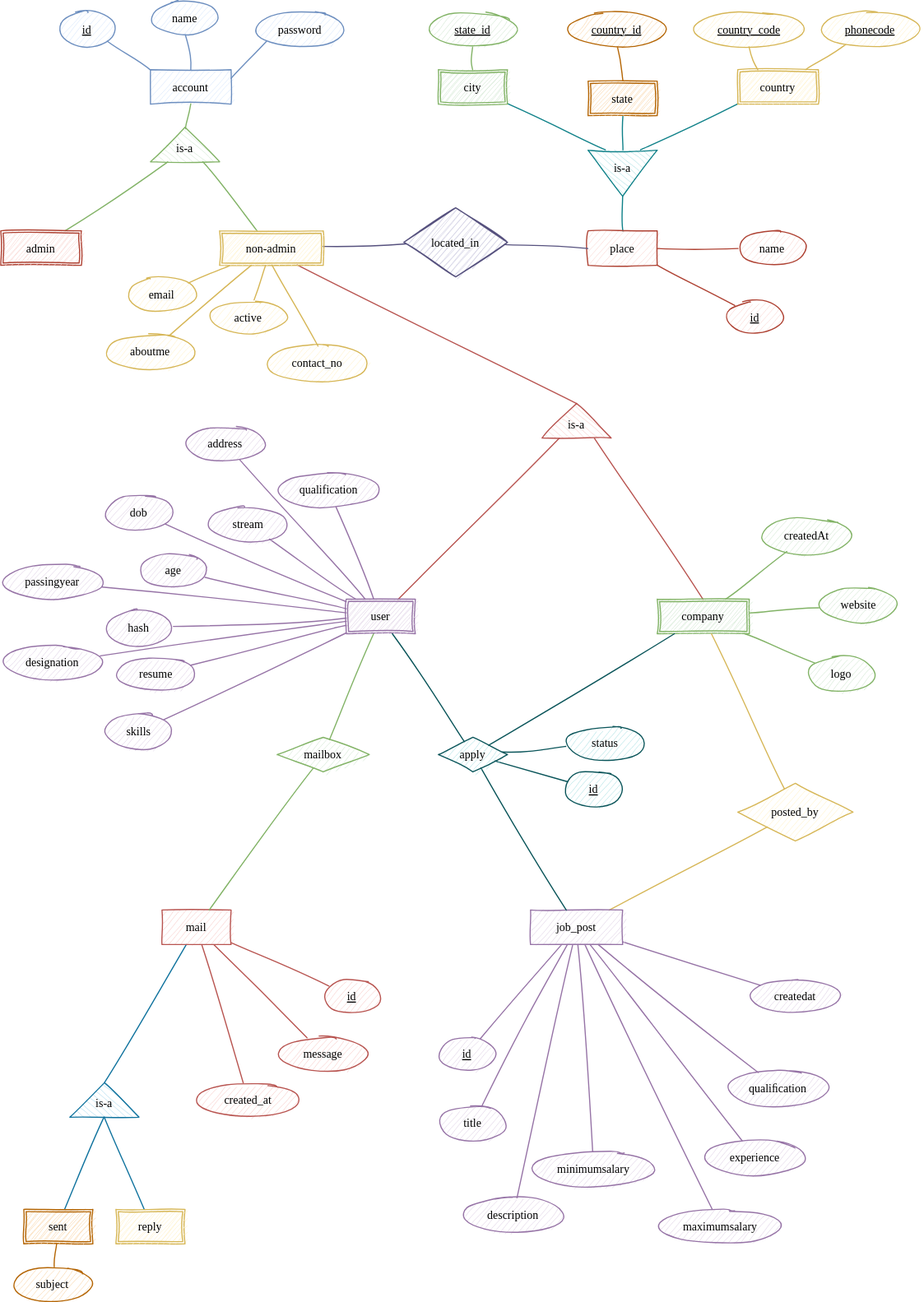
Above: assets/er.svg in AhmedThahir/DBMS (draw.io), before the change. Source tidied: cells renumbered, new cells last; positions are measured from the earlier drawing's top-left corner, leaving out a move shared by most shapes.
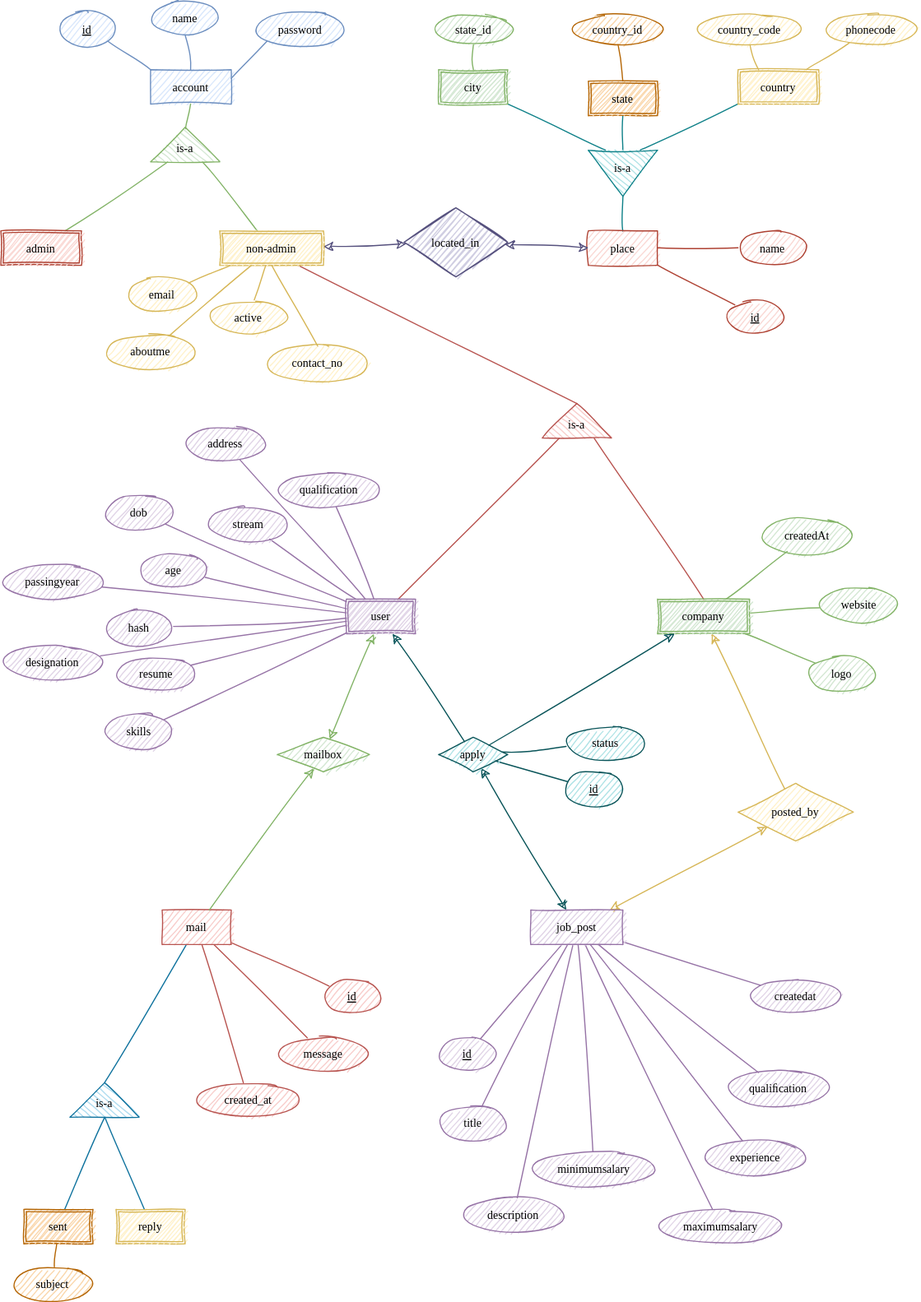
After the commit.

Change to the diagram source:
```diff
@@ -1,4 +1,4 @@
-<mxGraphModel>
+<mxGraphModel background="#ffffff">
   <root>
     <mxCell id="0" />
     <mxCell id="1" parent="0" />
@@ -8,7 +8,7 @@
     <mxCell id="3" style="jettySize=auto;html=1;exitX=1;exitY=0.25;exitDx=0;exitDy=0;fontFamily=CMU Serif;fontSize=10;endArrow=none;endFill=0;shadow=0;strokeWidth=1;disableMultiStroke=1;disableMultiStrokeFill=1;backgroundOutline=0;snapToPoint=1;startArrow=none;startFill=0;spacing=5;rounded=0;spacingLeft=10;spacingRight=10;fillColor=#dae8fc;strokeColor=#6c8ebf;labelBackgroundColor=none;sketch=1;" parent="1" edge="1" source="5" target="28">
       <mxGeometry relative="1" as="geometry" />
     </mxCell>
-    <mxCell id="4" style="shape=connector;disableMultiStroke=1;disableMultiStrokeFill=1;jettySize=auto;html=1;shadow=0;fontFamily=CMU Serif;fontSize=10;startArrow=none;startFill=0;endArrow=none;endFill=0;strokeWidth=1;spacing=5;rounded=0;spacingLeft=10;spacingRight=10;fillColor=#d0cee2;strokeColor=#56517e;labelBackgroundColor=none;sketch=1;" parent="1" edge="1" source="69" target="57">
+    <mxCell id="4" style="shape=connector;disableMultiStroke=1;disableMultiStrokeFill=1;jettySize=auto;html=1;shadow=0;fontFamily=CMU Serif;fontSize=10;startArrow=classic;startFill=1;endArrow=classic;endFill=1;strokeWidth=1;spacing=5;rounded=0;spacingLeft=10;spacingRight=10;fillColor=#d0cee2;strokeColor=#56517e;labelBackgroundColor=none;sketch=1;" parent="1" edge="1" source="69" target="57">
       <mxGeometry relative="1" as="geometry" />
     </mxCell>
     <mxCell id="5" value="account" style="whiteSpace=wrap;html=1;fontFamily=CMU Serif;fontSize=10;shadow=0;strokeWidth=1;disableMultiStroke=1;disableMultiStrokeFill=1;backgroundOutline=0;snapToPoint=1;rounded=0;spacing=5;enumerate=0;spacingLeft=10;spacingRight=10;fillColor=#dae8fc;strokeColor=#6c8ebf;labelBackgroundColor=none;sketch=1;" parent="1" vertex="1">
@@ -68,10 +68,10 @@
     <mxCell id="23" style="shape=connector;disableMultiStroke=1;disableMultiStrokeFill=1;jettySize=auto;html=1;shadow=0;fontFamily=CMU Serif;fontSize=10;startArrow=none;startFill=0;endArrow=none;endFill=0;strokeWidth=1;spacing=5;rounded=0;spacingLeft=10;spacingRight=10;fillColor=#e1d5e7;strokeColor=#9673a6;labelBackgroundColor=none;sketch=1;" parent="1" edge="1" source="26" target="60">
       <mxGeometry relative="1" as="geometry" />
     </mxCell>
-    <mxCell id="24" style="shape=connector;rounded=0;disableMultiStroke=1;disableMultiStrokeFill=1;jettySize=auto;html=1;shadow=0;labelBackgroundColor=none;fontFamily=CMU Serif;fontSize=10;fontColor=default;startArrow=none;startFill=0;endArrow=none;endFill=0;strokeColor=#095459;strokeWidth=1;spacing=5;spacingLeft=10;spacingRight=10;fillColor=#b0e3e6;sketch=1;" parent="1" edge="1" source="101" target="26">
+    <mxCell id="24" style="shape=connector;rounded=0;disableMultiStroke=1;disableMultiStrokeFill=1;jettySize=auto;html=1;shadow=0;labelBackgroundColor=none;fontFamily=CMU Serif;fontSize=10;fontColor=default;startArrow=none;startFill=0;endArrow=classic;endFill=1;strokeColor=#095459;strokeWidth=1;spacing=5;spacingLeft=10;spacingRight=10;fillColor=#b0e3e6;sketch=1;" parent="1" edge="1" source="101" target="26">
       <mxGeometry relative="1" as="geometry" />
     </mxCell>
-    <mxCell id="25" style="shape=connector;rounded=1;disableMultiStroke=1;disableMultiStrokeFill=1;jettySize=auto;html=1;shadow=0;labelBackgroundColor=none;fontFamily=CMU Serif;fontSize=10;fontColor=default;startArrow=none;startFill=0;endArrow=none;endFill=0;strokeColor=#82b366;strokeWidth=1;spacingLeft=10;spacingRight=10;spacing=5;fillColor=#d5e8d4;sketch=1;" parent="1" edge="1" source="114" target="26">
+    <mxCell id="25" style="shape=connector;rounded=1;disableMultiStroke=1;disableMultiStrokeFill=1;jettySize=auto;html=1;shadow=0;labelBackgroundColor=none;fontFamily=CMU Serif;fontSize=10;fontColor=default;startArrow=classic;startFill=1;endArrow=classic;endFill=1;strokeColor=#82b366;strokeWidth=1;spacingLeft=10;spacingRight=10;spacing=5;fillColor=#d5e8d4;sketch=1;" parent="1" edge="1" source="114" target="26">
       <mxGeometry relative="1" as="geometry" />
     </mxCell>
     <mxCell id="26" value="user" style="shape=ext;double=1;rounded=0;whiteSpace=wrap;html=1;shadow=0;fontFamily=CMU Serif;fontSize=10;align=center;strokeWidth=1;disableMultiStroke=1;disableMultiStrokeFill=1;spacing=5;enumerate=0;spacingLeft=10;spacingRight=10;fillColor=#e1d5e7;strokeColor=#9673a6;labelBackgroundColor=none;sketch=1;" parent="1" vertex="1">
@@ -155,16 +155,16 @@
     <mxCell id="52" value="country" style="shape=ext;double=1;rounded=0;whiteSpace=wrap;html=1;shadow=0;fontFamily=CMU Serif;fontSize=10;align=center;strokeWidth=1;disableMultiStroke=1;disableMultiStrokeFill=1;spacing=5;enumerate=0;spacingLeft=10;spacingRight=10;fillColor=#fff2cc;strokeColor=#d6b656;labelBackgroundColor=none;sketch=1;" parent="1" vertex="1">
       <mxGeometry x="640" y="60" width="70" height="30" as="geometry" />
     </mxCell>
-    <mxCell id="53" value="country_code" style="ellipse;whiteSpace=wrap;html=1;shadow=0;fontFamily=CMU Serif;fontSize=10;align=center;strokeWidth=1;disableMultiStroke=1;disableMultiStrokeFill=1;rounded=0;spacing=5;enumerate=0;spacingLeft=10;spacingRight=10;fillColor=#fff2cc;strokeColor=#d6b656;fontStyle=4;labelBackgroundColor=none;sketch=1;" parent="1" vertex="1">
-      <mxGeometry x="600" y="10" width="100" height="30" as="geometry" />
+    <mxCell id="53" value="country_code" style="ellipse;whiteSpace=wrap;html=1;shadow=0;fontFamily=CMU Serif;fontSize=10;align=center;strokeWidth=1;disableMultiStroke=1;disableMultiStrokeFill=1;rounded=0;spacing=5;enumerate=0;spacingLeft=10;spacingRight=10;fillColor=#fff2cc;strokeColor=#d6b656;fontStyle=0;labelBackgroundColor=none;sketch=1;" parent="1" vertex="1">
+      <mxGeometry x="603" y="12" width="94" height="26" as="geometry" />
     </mxCell>
-    <mxCell id="54" value="country_id" style="ellipse;whiteSpace=wrap;html=1;shadow=0;fontFamily=CMU Serif;fontSize=10;align=center;strokeWidth=1;disableMultiStroke=1;disableMultiStrokeFill=1;rounded=0;spacing=5;enumerate=0;spacingLeft=10;spacingRight=10;fillColor=#fad7ac;strokeColor=#b46504;fontStyle=4;labelBackgroundColor=none;sketch=1;" parent="1" vertex="1">
-      <mxGeometry x="490" y="10" width="90" height="30" as="geometry" />
+    <mxCell id="54" value="country_id" style="ellipse;whiteSpace=wrap;html=1;shadow=0;fontFamily=CMU Serif;fontSize=10;align=center;strokeWidth=1;disableMultiStroke=1;disableMultiStrokeFill=1;rounded=0;spacing=5;enumerate=0;spacingLeft=10;spacingRight=10;fillColor=#fad7ac;strokeColor=#b46504;fontStyle=0;labelBackgroundColor=none;sketch=1;" parent="1" vertex="1">
+      <mxGeometry x="494" y="12" width="83" height="26" as="geometry" />
     </mxCell>
-    <mxCell id="55" value="state_id" style="ellipse;whiteSpace=wrap;html=1;shadow=0;fontFamily=CMU Serif;fontSize=10;align=center;strokeWidth=1;disableMultiStroke=1;disableMultiStrokeFill=1;rounded=0;spacing=5;enumerate=0;spacingLeft=10;spacingRight=10;fillColor=#d5e8d4;strokeColor=#82b366;fontStyle=4;labelBackgroundColor=none;sketch=1;" parent="1" vertex="1">
-      <mxGeometry x="370" y="10" width="80" height="30" as="geometry" />
+    <mxCell id="55" value="state_id" style="ellipse;whiteSpace=wrap;html=1;shadow=0;fontFamily=CMU Serif;fontSize=10;align=center;strokeWidth=1;disableMultiStroke=1;disableMultiStrokeFill=1;rounded=0;spacing=5;enumerate=0;spacingLeft=10;spacingRight=10;fillColor=#d5e8d4;strokeColor=#82b366;fontStyle=0;labelBackgroundColor=none;sketch=1;" parent="1" vertex="1">
+      <mxGeometry x="375" y="12" width="71" height="26" as="geometry" />
     </mxCell>
-    <mxCell id="56" style="shape=connector;disableMultiStroke=1;disableMultiStrokeFill=1;jettySize=auto;html=1;shadow=0;fontFamily=CMU Serif;fontSize=10;startArrow=none;startFill=0;endArrow=none;endFill=0;strokeWidth=1;spacing=5;rounded=0;spacingLeft=10;spacingRight=10;fillColor=#d0cee2;strokeColor=#56517e;labelBackgroundColor=none;sketch=1;" parent="1" edge="1" source="57" target="37">
+    <mxCell id="56" style="shape=connector;disableMultiStroke=1;disableMultiStrokeFill=1;jettySize=auto;html=1;shadow=0;fontFamily=CMU Serif;fontSize=10;startArrow=classic;startFill=1;endArrow=classic;endFill=1;strokeWidth=1;spacing=5;rounded=0;spacingLeft=10;spacingRight=10;fillColor=#d0cee2;strokeColor=#56517e;labelBackgroundColor=none;sketch=1;" parent="1" edge="1" source="57" target="37">
       <mxGeometry relative="1" as="geometry" />
     </mxCell>
     <mxCell id="57" value="located_in" style="rhombus;whiteSpace=wrap;html=1;hachureGap=4;fontFamily=CMU Serif;fontSize=10;strokeWidth=1;spacing=5;enumerate=0;rounded=0;spacingLeft=10;spacingRight=10;fillColor=#d0cee2;strokeColor=#56517e;labelBackgroundColor=none;sketch=1;" parent="1" vertex="1">
@@ -260,7 +260,7 @@
     <mxCell id="87" style="shape=connector;rounded=0;disableMultiStroke=1;disableMultiStrokeFill=1;jettySize=auto;html=1;shadow=0;fontFamily=CMU Serif;fontSize=10;startArrow=none;startFill=0;endArrow=none;endFill=0;strokeWidth=1;spacing=5;spacingLeft=10;spacingRight=10;fillColor=#e1d5e7;strokeColor=#9673a6;labelBackgroundColor=none;sketch=1;" parent="1" edge="1" source="89" target="94">
       <mxGeometry relative="1" as="geometry" />
     </mxCell>
-    <mxCell id="88" style="shape=connector;rounded=0;disableMultiStroke=1;disableMultiStrokeFill=1;jettySize=auto;html=1;shadow=0;labelBackgroundColor=none;fontFamily=CMU Serif;fontSize=10;fontColor=default;startArrow=none;startFill=0;endArrow=none;endFill=0;strokeColor=#d6b656;strokeWidth=1;spacing=5;spacingLeft=10;spacingRight=10;fillColor=#fff2cc;sketch=1;" parent="1" edge="1" source="103" target="89">
+    <mxCell id="88" style="shape=connector;rounded=0;disableMultiStroke=1;disableMultiStrokeFill=1;jettySize=auto;html=1;shadow=0;labelBackgroundColor=none;fontFamily=CMU Serif;fontSize=10;fontColor=default;startArrow=classic;startFill=1;endArrow=classic;endFill=1;strokeColor=#d6b656;strokeWidth=1;spacing=5;spacingLeft=10;spacingRight=10;fillColor=#fff2cc;sketch=1;" parent="1" edge="1" source="103" target="89">
       <mxGeometry relative="1" as="geometry" />
     </mxCell>
     <mxCell id="89" value="job_post" style="rounded=0;whiteSpace=wrap;html=1;shadow=0;fontFamily=CMU Serif;fontSize=10;align=center;strokeColor=#9673a6;strokeWidth=1;fillColor=#e1d5e7;disableMultiStroke=1;disableMultiStrokeFill=1;spacing=5;spacingLeft=10;spacingRight=10;labelBackgroundColor=none;sketch=1;" parent="1" vertex="1">
@@ -287,10 +287,10 @@
     <mxCell id="96" value="createdat" style="ellipse;whiteSpace=wrap;html=1;rounded=0;shadow=0;disableMultiStroke=1;disableMultiStrokeFill=1;fontFamily=CMU Serif;fontSize=10;strokeWidth=1;spacing=5;enumerate=0;spacingLeft=10;spacingRight=10;fillColor=#e1d5e7;strokeColor=#9673a6;labelBackgroundColor=none;sketch=1;" parent="1" vertex="1">
       <mxGeometry x="650" y="850" width="80" height="30" as="geometry" />
     </mxCell>
-    <mxCell id="97" style="shape=connector;rounded=0;disableMultiStroke=1;disableMultiStrokeFill=1;jettySize=auto;html=1;shadow=0;labelBackgroundColor=none;fontFamily=CMU Serif;fontSize=10;fontColor=default;startArrow=none;startFill=0;endArrow=none;endFill=0;strokeColor=#095459;strokeWidth=1;spacing=5;spacingLeft=10;spacingRight=10;fillColor=#b0e3e6;sketch=1;" parent="1" edge="1" source="101" target="89">
+    <mxCell id="97" style="shape=connector;rounded=0;disableMultiStroke=1;disableMultiStrokeFill=1;jettySize=auto;html=1;shadow=0;labelBackgroundColor=none;fontFamily=CMU Serif;fontSize=10;fontColor=default;startArrow=classic;startFill=1;endArrow=classic;endFill=1;strokeColor=#095459;strokeWidth=1;spacing=5;spacingLeft=10;spacingRight=10;fillColor=#b0e3e6;sketch=1;" parent="1" edge="1" source="101" target="89">
       <mxGeometry relative="1" as="geometry" />
     </mxCell>
-    <mxCell id="98" style="shape=connector;rounded=0;disableMultiStroke=1;disableMultiStrokeFill=1;jettySize=auto;html=1;shadow=0;labelBackgroundColor=none;fontFamily=CMU Serif;fontSize=10;fontColor=default;startArrow=none;startFill=0;endArrow=none;endFill=0;strokeColor=#095459;strokeWidth=1;spacing=5;spacingLeft=10;spacingRight=10;fillColor=#b0e3e6;sketch=1;" parent="1" edge="1" source="101" target="35">
+    <mxCell id="98" style="shape=connector;rounded=0;disableMultiStroke=1;disableMultiStrokeFill=1;jettySize=auto;html=1;shadow=0;labelBackgroundColor=none;fontFamily=CMU Serif;fontSize=10;fontColor=default;startArrow=none;startFill=0;endArrow=classic;endFill=1;strokeColor=#095459;strokeWidth=1;spacing=5;spacingLeft=10;spacingRight=10;fillColor=#b0e3e6;sketch=1;" parent="1" edge="1" source="101" target="35">
       <mxGeometry relative="1" as="geometry" />
     </mxCell>
     <mxCell id="99" style="shape=connector;rounded=0;disableMultiStroke=1;disableMultiStrokeFill=1;jettySize=auto;html=1;shadow=0;labelBackgroundColor=none;fontFamily=CMU Serif;fontSize=10;fontColor=default;startArrow=none;startFill=0;endArrow=none;endFill=0;strokeColor=#095459;strokeWidth=1;spacing=5;spacingLeft=10;spacingRight=10;fillColor=#b0e3e6;sketch=1;" parent="1" edge="1" source="101" target="104">
@@ -302,7 +302,7 @@
     <mxCell id="101" value="apply" style="rhombus;whiteSpace=wrap;html=1;rounded=0;shadow=0;disableMultiStroke=1;disableMultiStrokeFill=1;fontFamily=CMU Serif;fontSize=10;strokeColor=#095459;strokeWidth=1;fillColor=#b0e3e6;spacing=5;spacingLeft=10;spacingRight=10;labelBackgroundColor=none;sketch=1;" parent="1" vertex="1">
       <mxGeometry x="380" y="640" width="60" height="30" as="geometry" />
     </mxCell>
-    <mxCell id="102" style="shape=connector;rounded=0;disableMultiStroke=1;disableMultiStrokeFill=1;jettySize=auto;html=1;shadow=0;labelBackgroundColor=none;fontFamily=CMU Serif;fontSize=10;fontColor=default;startArrow=none;startFill=0;endArrow=none;endFill=0;strokeColor=#d6b656;strokeWidth=1;spacing=5;spacingLeft=10;spacingRight=10;fillColor=#fff2cc;sketch=1;" parent="1" edge="1" source="103" target="35">
+    <mxCell id="102" style="shape=connector;rounded=0;disableMultiStroke=1;disableMultiStrokeFill=1;jettySize=auto;html=1;shadow=0;labelBackgroundColor=none;fontFamily=CMU Serif;fontSize=10;fontColor=default;startArrow=none;startFill=0;endArrow=classic;endFill=1;strokeColor=#d6b656;strokeWidth=1;spacing=5;spacingLeft=10;spacingRight=10;fillColor=#fff2cc;sketch=1;" parent="1" edge="1" source="103" target="35">
       <mxGeometry relative="1" as="geometry" />
     </mxCell>
     <mxCell id="103" value="posted_by" style="rhombus;whiteSpace=wrap;html=1;rounded=0;shadow=0;disableMultiStroke=1;disableMultiStrokeFill=1;fontFamily=CMU Serif;fontSize=10;strokeColor=#d6b656;strokeWidth=1;fillColor=#fff2cc;spacing=5;spacingLeft=10;spacingRight=10;labelBackgroundColor=none;sketch=1;" parent="1" vertex="1">
@@ -335,7 +335,7 @@
     <mxCell id="112" value="&lt;span&gt;id&lt;/span&gt;" style="ellipse;whiteSpace=wrap;html=1;rounded=0;shadow=0;disableMultiStroke=1;disableMultiStrokeFill=1;fontFamily=CMU Serif;fontSize=10;strokeColor=#b85450;strokeWidth=1;fillColor=#f8cecc;spacingLeft=10;spacingRight=10;spacing=5;fontStyle=4;labelBackgroundColor=none;sketch=1;" parent="1" vertex="1">
       <mxGeometry x="280" y="850" width="50" height="30" as="geometry" />
     </mxCell>
-    <mxCell id="113" style="shape=connector;rounded=1;disableMultiStroke=1;disableMultiStrokeFill=1;jettySize=auto;html=1;shadow=0;labelBackgroundColor=none;fontFamily=CMU Serif;fontSize=10;fontColor=default;startArrow=none;startFill=0;endArrow=none;endFill=0;strokeColor=#82b366;strokeWidth=1;spacingLeft=10;spacingRight=10;spacing=5;fillColor=#d5e8d4;sketch=1;" parent="1" edge="1" source="114" target="111">
+    <mxCell id="113" style="shape=connector;rounded=1;disableMultiStroke=1;disableMultiStrokeFill=1;jettySize=auto;html=1;shadow=0;labelBackgroundColor=none;fontFamily=CMU Serif;fontSize=10;fontColor=default;startArrow=classic;startFill=1;endArrow=none;endFill=0;strokeColor=#82b366;strokeWidth=1;spacingLeft=10;spacingRight=10;spacing=5;fillColor=#d5e8d4;sketch=1;" parent="1" edge="1" source="114" target="111">
       <mxGeometry relative="1" as="geometry" />
     </mxCell>
     <mxCell id="114" value="mailbox" style="rhombus;whiteSpace=wrap;html=1;rounded=0;shadow=0;disableMultiStroke=1;disableMultiStrokeFill=1;fontFamily=CMU Serif;fontSize=10;strokeColor=#82b366;strokeWidth=1;fillColor=#d5e8d4;spacing=5;spacingLeft=10;spacingRight=10;labelBackgroundColor=none;sketch=1;" parent="1" vertex="1">
@@ -368,8 +368,8 @@
     <mxCell id="123" value="description" style="ellipse;whiteSpace=wrap;html=1;rounded=0;shadow=0;disableMultiStroke=1;disableMultiStrokeFill=1;fontFamily=CMU Serif;fontSize=10;strokeWidth=1;spacing=5;spacingLeft=10;spacingRight=10;fillColor=#e1d5e7;strokeColor=#9673a6;labelBackgroundColor=none;sketch=1;" parent="1" vertex="1">
       <mxGeometry x="400" y="1040" width="90" height="30" as="geometry" />
     </mxCell>
-    <mxCell id="124" value="phonecode" style="ellipse;whiteSpace=wrap;html=1;shadow=0;fontFamily=CMU Serif;fontSize=10;align=center;strokeWidth=1;disableMultiStroke=1;disableMultiStrokeFill=1;rounded=0;spacing=5;enumerate=0;spacingLeft=10;spacingRight=10;fillColor=#fff2cc;strokeColor=#d6b656;fontStyle=4;labelBackgroundColor=none;sketch=1;" parent="1" vertex="1">
-      <mxGeometry x="710" y="10" width="90" height="30" as="geometry" />
+    <mxCell id="124" value="phonecode" style="ellipse;whiteSpace=wrap;html=1;shadow=0;fontFamily=CMU Serif;fontSize=10;align=center;strokeWidth=1;disableMultiStroke=1;disableMultiStrokeFill=1;rounded=0;spacing=5;enumerate=0;spacingLeft=10;spacingRight=10;fillColor=#fff2cc;strokeColor=#d6b656;fontStyle=0;labelBackgroundColor=none;sketch=1;" parent="1" vertex="1">
+      <mxGeometry x="714" y="12" width="83" height="26" as="geometry" />
     </mxCell>
   </root>
 </mxGraphModel>
```
